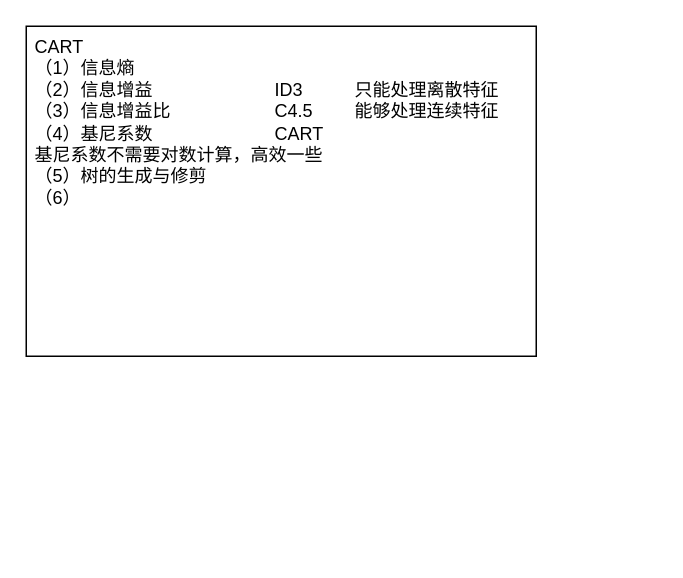
The draw.io diagram 树模型.drawio in limpid-11/drawio, before the edit. Source tidied: cells renumbered, new cells numbered last; positions are measured from the earlier drawing's top-left corner, leaving out a move shared by most shapes. Both pictures are drawn from the tidied source at 150%, with x=0, y=0 at pixel (26, 26).
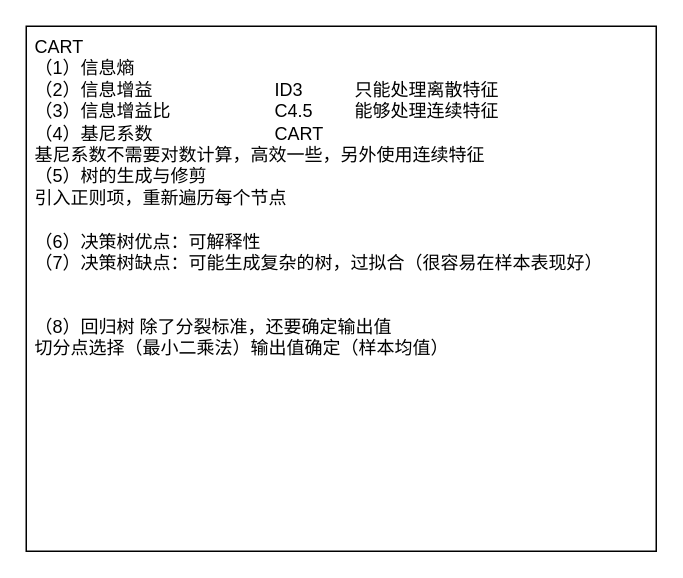
The same diagram, later.

Commit message (it also covers changes not shown here):
更新树模型.drawio

Change to the diagram source:
```diff
@@
 <mxGraphModel>
   <root>
     <mxCell id="0" />
     <mxCell id="1" parent="0" />
-    <mxCell id="2" value="CART&lt;div&gt;（1）信息熵&lt;span style=&quot;white-space: pre;&quot;&gt;&#9;&lt;/span&gt;&lt;span style=&quot;white-space: pre;&quot;&gt;&#9;&lt;/span&gt;&lt;span style=&quot;white-space: pre;&quot;&gt;&#9;&lt;/span&gt;&lt;span style=&quot;white-space: pre;&quot;&gt;&#9;&lt;/span&gt;&lt;/div&gt;&lt;div&gt;（2）信息增益&lt;span style=&quot;white-space: pre;&quot;&gt;&#9;&lt;/span&gt;&lt;span style=&quot;white-space: pre;&quot;&gt;&#9;&lt;/span&gt;&lt;span style=&quot;white-space: pre;&quot;&gt;&#9;&lt;/span&gt;&lt;span style=&quot;background-color: initial;&quot;&gt;ID3 &lt;span style=&quot;white-space: pre;&quot;&gt;&#9;&lt;/span&gt;&lt;span style=&quot;white-space: pre;&quot;&gt;&#9;&lt;/span&gt;只能处理离散特征&lt;/span&gt;&lt;/div&gt;&lt;div&gt;（3）信息增益比&lt;span style=&quot;white-space: pre;&quot;&gt;&#9;&lt;/span&gt;&lt;span style=&quot;white-space: pre;&quot;&gt;&#9;&lt;/span&gt;&lt;span style=&quot;white-space: pre;&quot;&gt;&#9;&lt;/span&gt;C4.5&lt;span style=&quot;white-space: pre;&quot;&gt;&#9;&lt;/span&gt;能够处理连续特征&lt;/div&gt;&lt;div&gt;（4）基尼系数&lt;span style=&quot;white-space: pre;&quot;&gt;&#9;&lt;/span&gt;&lt;span style=&quot;white-space: pre;&quot;&gt;&#9;&lt;/span&gt;&lt;span style=&quot;white-space: pre;&quot;&gt;&#9;&lt;/span&gt;CART&lt;span style=&quot;white-space: pre;&quot;&gt;&#9;&lt;/span&gt;&lt;/div&gt;&lt;div&gt;基尼系数不需要对数计算，高效一些&lt;/div&gt;&lt;div&gt;（5）树的生成与修剪&lt;/div&gt;&lt;div&gt;（6）&lt;/div&gt;&lt;div&gt;&lt;br&gt;&lt;/div&gt;" style="rounded=0;whiteSpace=wrap;html=1;align=left;verticalAlign=top;spacingLeft=4;" parent="1" vertex="1">
-      <mxGeometry width="340" height="220" as="geometry" />
+    <mxCell id="2" value="CART&lt;div&gt;（1）信息熵&lt;span style=&quot;white-space: pre;&quot;&gt;&#9;&lt;/span&gt;&lt;span style=&quot;white-space: pre;&quot;&gt;&#9;&lt;/span&gt;&lt;span style=&quot;white-space: pre;&quot;&gt;&#9;&lt;/span&gt;&lt;span style=&quot;white-space: pre;&quot;&gt;&#9;&lt;/span&gt;&lt;/div&gt;&lt;div&gt;（2）信息增益&lt;span style=&quot;white-space: pre;&quot;&gt;&#9;&lt;/span&gt;&lt;span style=&quot;white-space: pre;&quot;&gt;&#9;&lt;/span&gt;&lt;span style=&quot;white-space: pre;&quot;&gt;&#9;&lt;/span&gt;&lt;span style=&quot;background-color: initial;&quot;&gt;ID3 &lt;span style=&quot;white-space: pre;&quot;&gt;&#9;&lt;/span&gt;&lt;span style=&quot;white-space: pre;&quot;&gt;&#9;&lt;/span&gt;只能处理离散特征&lt;/span&gt;&lt;/div&gt;&lt;div&gt;（3）信息增益比&lt;span style=&quot;white-space: pre;&quot;&gt;&#9;&lt;/span&gt;&lt;span style=&quot;white-space: pre;&quot;&gt;&#9;&lt;/span&gt;&lt;span style=&quot;white-space: pre;&quot;&gt;&#9;&lt;/span&gt;C4.5&lt;span style=&quot;white-space: pre;&quot;&gt;&#9;&lt;/span&gt;能够处理连续特征&lt;/div&gt;&lt;div&gt;（4）基尼系数&lt;span style=&quot;white-space: pre;&quot;&gt;&#9;&lt;/span&gt;&lt;span style=&quot;white-space: pre;&quot;&gt;&#9;&lt;/span&gt;&lt;span style=&quot;white-space: pre;&quot;&gt;&#9;&lt;/span&gt;CART&lt;span style=&quot;white-space: pre;&quot;&gt;&#9;&lt;/span&gt;&lt;/div&gt;&lt;div&gt;基尼系数不需要对数计算，高效一些，另外使用连续特征&lt;/div&gt;&lt;div&gt;（5）树的生成与修剪&lt;/div&gt;&lt;div&gt;引入正则项，重新遍历每个节点&lt;/div&gt;&lt;div&gt;&lt;br&gt;&lt;/div&gt;&lt;div&gt;（6）决策树优点：可解释性&lt;/div&gt;&lt;div&gt;（7）决策树缺点：可能生成复杂的树，过拟合（很容易在样本表现好）&lt;/div&gt;&lt;div&gt;&lt;br&gt;&lt;/div&gt;&lt;div&gt;&lt;br&gt;&lt;/div&gt;&lt;div&gt;（8）回归树 除了分裂标准，还要确定输出值&lt;/div&gt;&lt;div&gt;切分点选择（最小二乘法）输出值确定（样本均值）&lt;/div&gt;" style="rounded=0;whiteSpace=wrap;html=1;align=left;verticalAlign=top;spacingLeft=4;" parent="1" vertex="1">
+      <mxGeometry width="420" height="350" as="geometry" />
     </mxCell>
   </root>
 </mxGraphModel>
```
